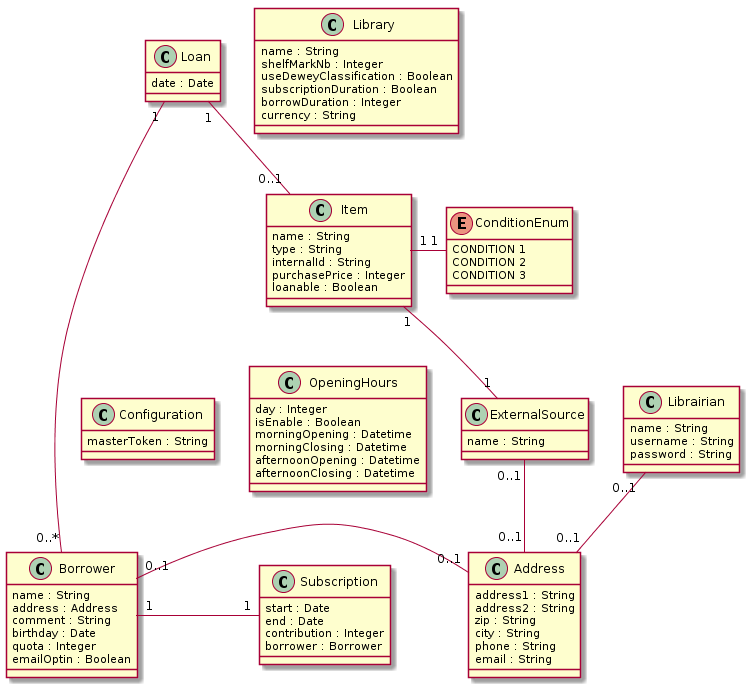
Above: Specification/UML/ClassDiagram/Umtap_Diagram_Class.png in Lenndi/Umtapo (PlantUML), before the change. The source it was exported from:
```plantuml
@startuml

together {
  class ExternalSource {
    name : String
  }
  class OpeningHours {
    day : Integer
    isEnable : Boolean
    morningOpening : Datetime
    morningClosing : Datetime
    afternoonOpening : Datetime
    afternoonClosing : Datetime
  }
  class Configuration {
    masterToken : String
  }
}

class Library {
  name : String
  shelfMarkNb : Integer
  useDeweyClassification : Boolean
  subscriptionDuration : Boolean
  borrowDuration : Integer
  currency : String
}

class Librairian {
  name : String
  username : String
  password : String
}

class Borrower {
  name : String
  address : Address
  comment : String
  birthday : Date
  quota : Integer
  emailOptin : Boolean
}
class Subscription {
  start : Date
  end : Date
  contribution : Integer
  borrower : Borrower
}
class Item {
  name : String
  type : String
  internalId : String
  purchasePrice : Integer
  loanable : Boolean
}

class Loan {
  date : Date

}
class Address {
  address1 : String
  address2 : String
  zip : String
  city : String
  phone : String
  email : String
}

enum ConditionEnum {
  CONDITION 1
  CONDITION 2
  CONDITION 3
}

Librairian "0..1"  -down- "0..1" Address
Borrower "0..1" - "0..1" Address
Borrower "1" - "1" Subscription
Item "1" - "1" ExternalSource
Item "1" - "1" ConditionEnum
ExternalSource "0..1" - "0..1" Address
Loan "1" -down- "0..*" Borrower
Loan "1" -down- "0..1" Item

@enduml
```
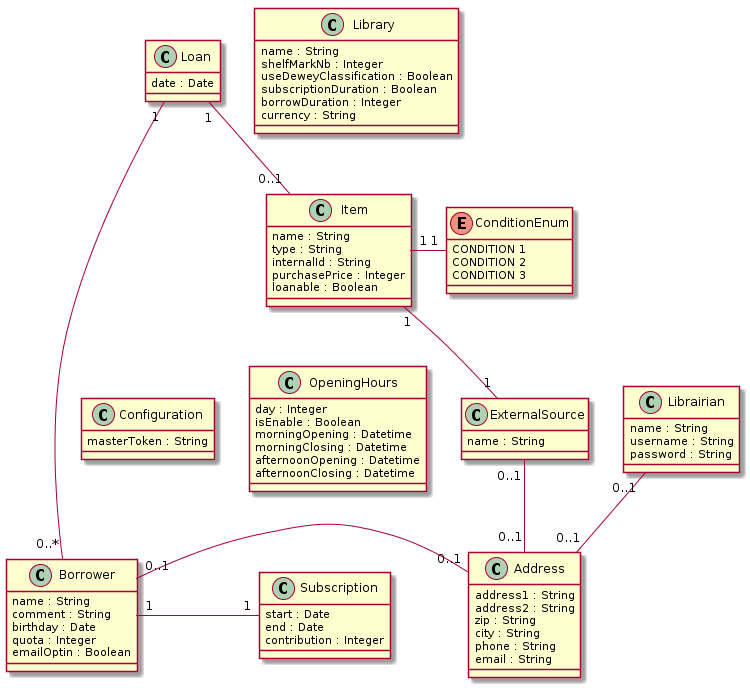
Later version of the same file.

What changed in the source:
```diff
@@ -34,7 +34,6 @@
 
 class Borrower {
   name : String
-  address : Address
   comment : String
   birthday : Date
   quota : Integer
@@ -44,7 +43,6 @@
   start : Date
   end : Date
   contribution : Integer
-  borrower : Borrower
 }
 class Item {
   name : String
```
